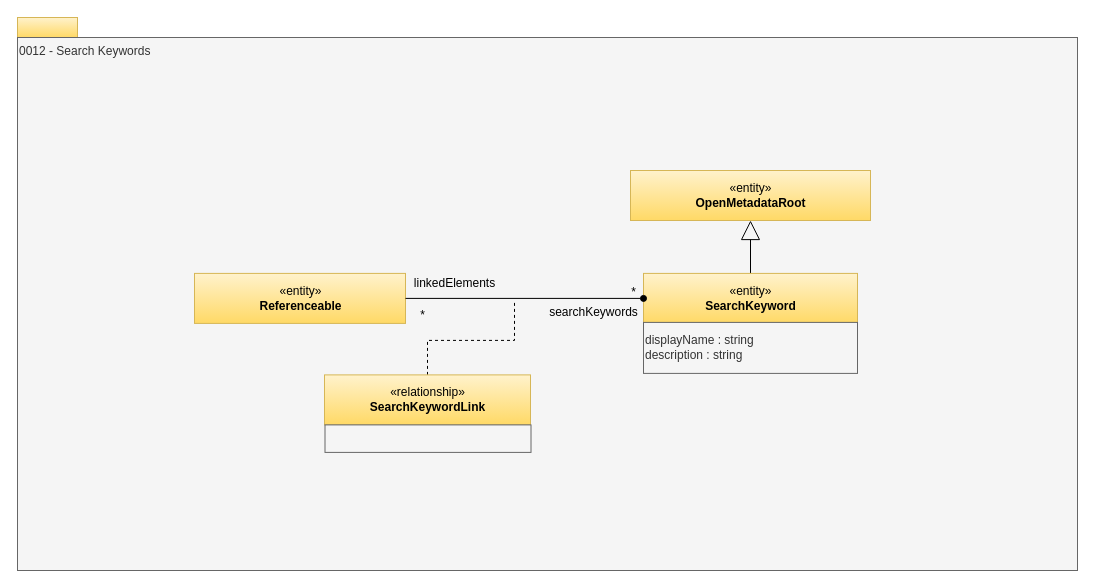
Earlier version of the draw.io diagram page "0012-Search-Keywords" (7 of 33) of site/docs/types/0/area-0-basic-types-and-infrastructure.drawio (odpi/egeria-docs). Source tidied: cells renumbered, new cells numbered last; positions are measured from the earlier drawing's top-left corner, leaving out a move shared by most shapes. Both pictures are drawn from the tidied source at 100%, with x=0, y=0 at pixel (17, 17).
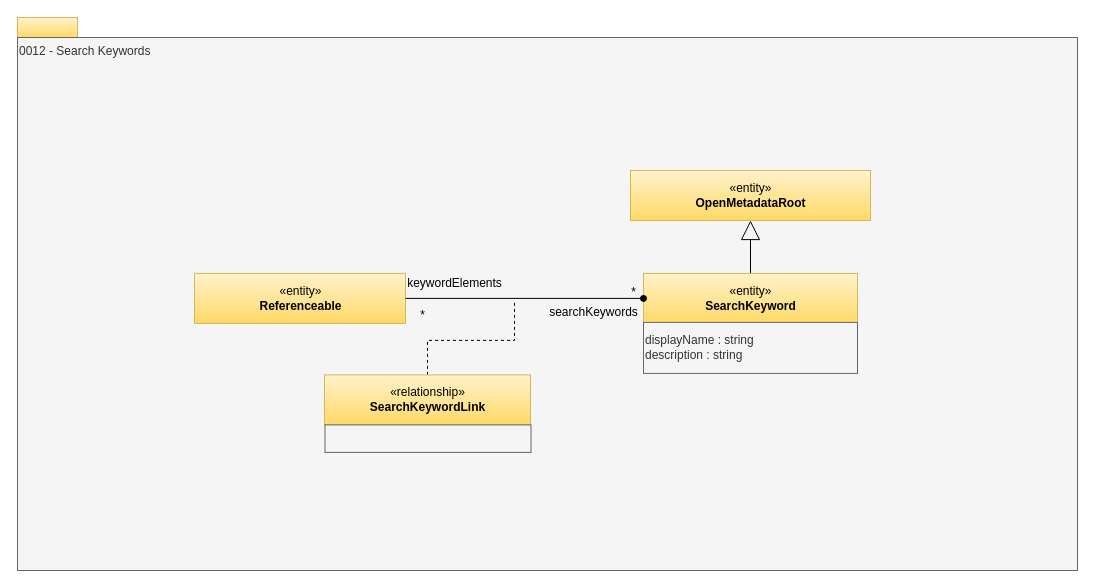
The same page after the edit.

Change to the diagram source:
```diff
@@
 <mxGraphModel>
   <root>
     <mxCell id="0" />
     <mxCell id="1" parent="0" />
     <mxCell id="2" style="rounded=0;whiteSpace=wrap;html=1;align=left;fillColor=#fff2cc;strokeColor=#d6b656;gradientColor=#ffd966;" parent="1" vertex="1">
       <mxGeometry width="60" height="20" as="geometry" />
     </mxCell>
     <mxCell id="3" value="0012 - Search Keywords" style="rounded=0;whiteSpace=wrap;html=1;align=left;verticalAlign=top;fillColor=#f5f5f5;fontColor=#333333;strokeColor=#666666;" parent="1" vertex="1">
       <mxGeometry y="20" width="1060" height="533" as="geometry" />
     </mxCell>
     <mxCell id="4" value="«entity»&lt;br&gt;&lt;b&gt;Referenceable&lt;/b&gt;" style="html=1;strokeColor=#d6b656;align=center;fillColor=#fff2cc;gradientColor=#ffd966;" parent="1" vertex="1">
       <mxGeometry x="177" y="255.9" width="211" height="50" as="geometry" />
     </mxCell>
     <mxCell id="5" style="edgeStyle=orthogonalEdgeStyle;rounded=0;jettySize=auto;html=1;entryX=0.5;entryY=1;entryDx=0;entryDy=0;endArrow=block;endFill=0;endSize=17;" parent="1" edge="1" source="6" target="15">
       <mxGeometry relative="1" as="geometry" />
     </mxCell>
     <mxCell id="6" value="«entity»&lt;br&gt;&lt;b&gt;SearchKeyword&lt;/b&gt;" style="html=1;strokeColor=#d6b656;align=center;fillColor=#fff2cc;gradientColor=#ffd966;" parent="1" vertex="1">
       <mxGeometry x="626" y="255.9" width="214" height="50" as="geometry" />
     </mxCell>
     <mxCell id="7" value="displayName : string&lt;br&gt;description : string&lt;br&gt;&lt;div style=&quot;text-align: left&quot;&gt;&lt;/div&gt;" style="rounded=0;whiteSpace=wrap;html=1;strokeColor=#666666;align=left;fillColor=#f5f5f5;fontColor=#333333;" parent="1" vertex="1">
       <mxGeometry x="626" y="304.9" width="214" height="51" as="geometry" />
     </mxCell>
     <mxCell id="8" style="edgeStyle=orthogonalEdgeStyle;rounded=0;html=1;exitX=0.5;exitY=0;dashed=1;endArrow=none;endFill=0;jettySize=auto;exitDx=0;exitDy=0;" parent="1" edge="1" source="9">
       <mxGeometry relative="1" as="geometry">
         <mxPoint x="497" y="282.9" as="targetPoint" />
         <Array as="points">
           <mxPoint x="410" y="322.9" />
           <mxPoint x="497" y="322.9" />
         </Array>
       </mxGeometry>
     </mxCell>
     <mxCell id="9" value="«relationship»&lt;br&gt;&lt;b&gt;SearchKeywordLink&lt;/b&gt;" style="html=1;strokeColor=#d6b656;align=center;fillColor=#fff2cc;gradientColor=#ffd966;" parent="1" vertex="1">
       <mxGeometry x="307" y="357.4" width="206" height="50" as="geometry" />
     </mxCell>
     <mxCell id="10" style="rounded=0;whiteSpace=wrap;html=1;strokeColor=#666666;align=left;fillColor=#f5f5f5;fontColor=#333333;" parent="1" vertex="1">
       <mxGeometry x="307.5" y="407.4" width="206" height="27.5" as="geometry" />
     </mxCell>
-    <mxCell id="11" value="linkedElements" style="text;html=1;align=center;verticalAlign=top;spacingTop=-4;" parent="1" vertex="1">
+    <mxCell id="11" value="keywordElements" style="text;html=1;align=center;verticalAlign=top;spacingTop=-4;" parent="1" vertex="1">
       <mxGeometry x="387" y="255.9" width="100" height="20" as="geometry" />
     </mxCell>
     <mxCell id="12" value="*" style="text;html=1;align=center;verticalAlign=top;spacingTop=-4;" parent="1" vertex="1">
       <mxGeometry x="606" y="264.9" width="20" height="20" as="geometry" />
     </mxCell>
     <mxCell id="13" value="*" style="text;html=1;align=center;verticalAlign=top;spacingTop=-4;" parent="1" vertex="1">
       <mxGeometry x="397" y="287.9" width="15" height="14" as="geometry" />
     </mxCell>
     <mxCell id="14" value="searchKeywords" style="text;html=1;align=center;verticalAlign=top;spacingTop=-4;" parent="1" vertex="1">
       <mxGeometry x="526" y="284.9" width="100" height="20" as="geometry" />
     </mxCell>
     <mxCell id="15" value="«entity»&lt;br&gt;&lt;b&gt;OpenMetadataRoot&lt;/b&gt;" style="html=1;strokeColor=#d6b656;align=center;fillColor=#fff2cc;gradientColor=#ffd966;" parent="1" vertex="1">
       <mxGeometry x="613" y="153" width="240" height="50" as="geometry" />
     </mxCell>
     <mxCell id="16" style="edgeStyle=orthogonalEdgeStyle;rounded=0;jettySize=auto;html=1;exitX=1;exitY=0.5;exitDx=0;exitDy=0;endArrow=oval;endFill=1;" parent="1" edge="1" source="4" target="6">
       <mxGeometry relative="1" as="geometry" />
     </mxCell>
   </root>
 </mxGraphModel>
```
